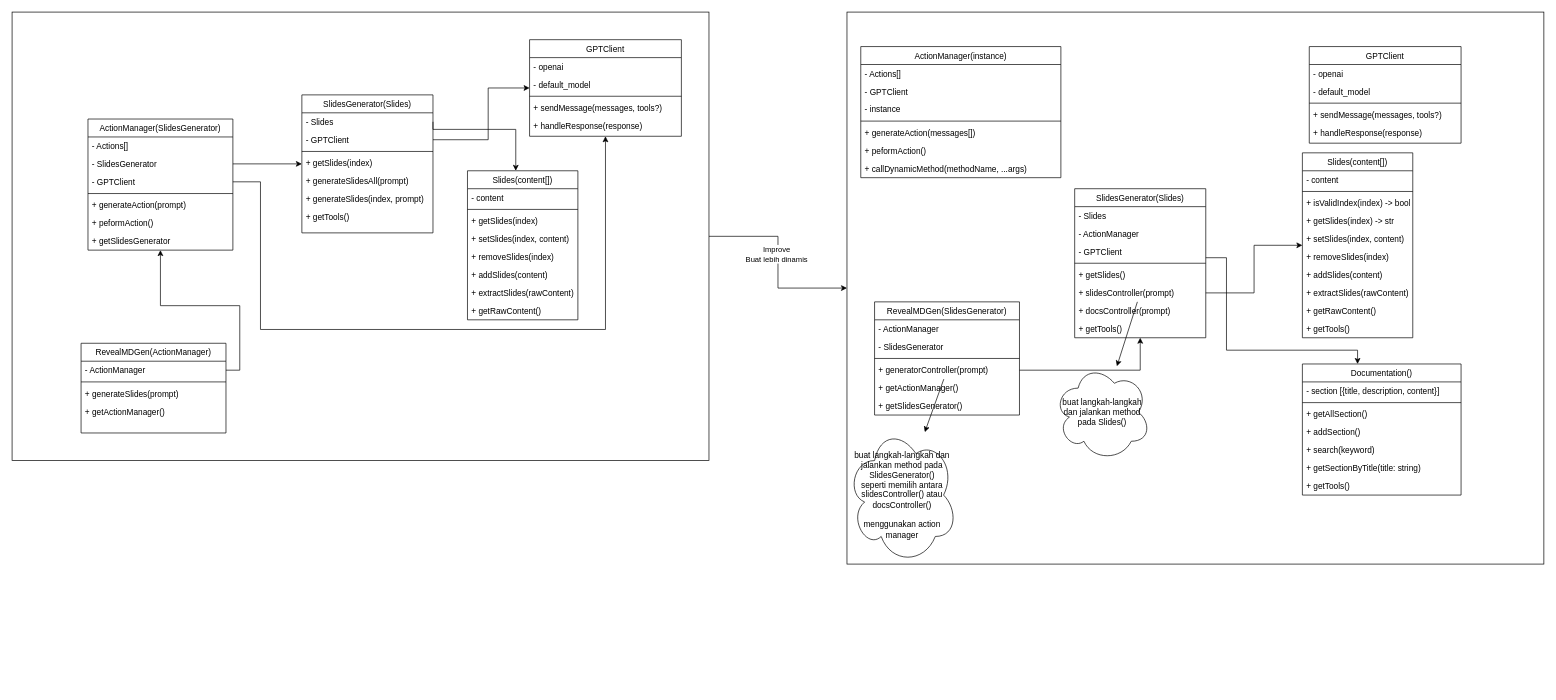
Before: RevealMDGen.drawio in riparuk/RevealJSGen, a draw.io diagram. Source tidied: cells renumbered, new cells numbered last; positions are measured from the earlier drawing's top-left corner, leaving out a move shared by most shapes. Both pictures are drawn from the tidied source at 69%, with x=0, y=0 at pixel (12, 12).
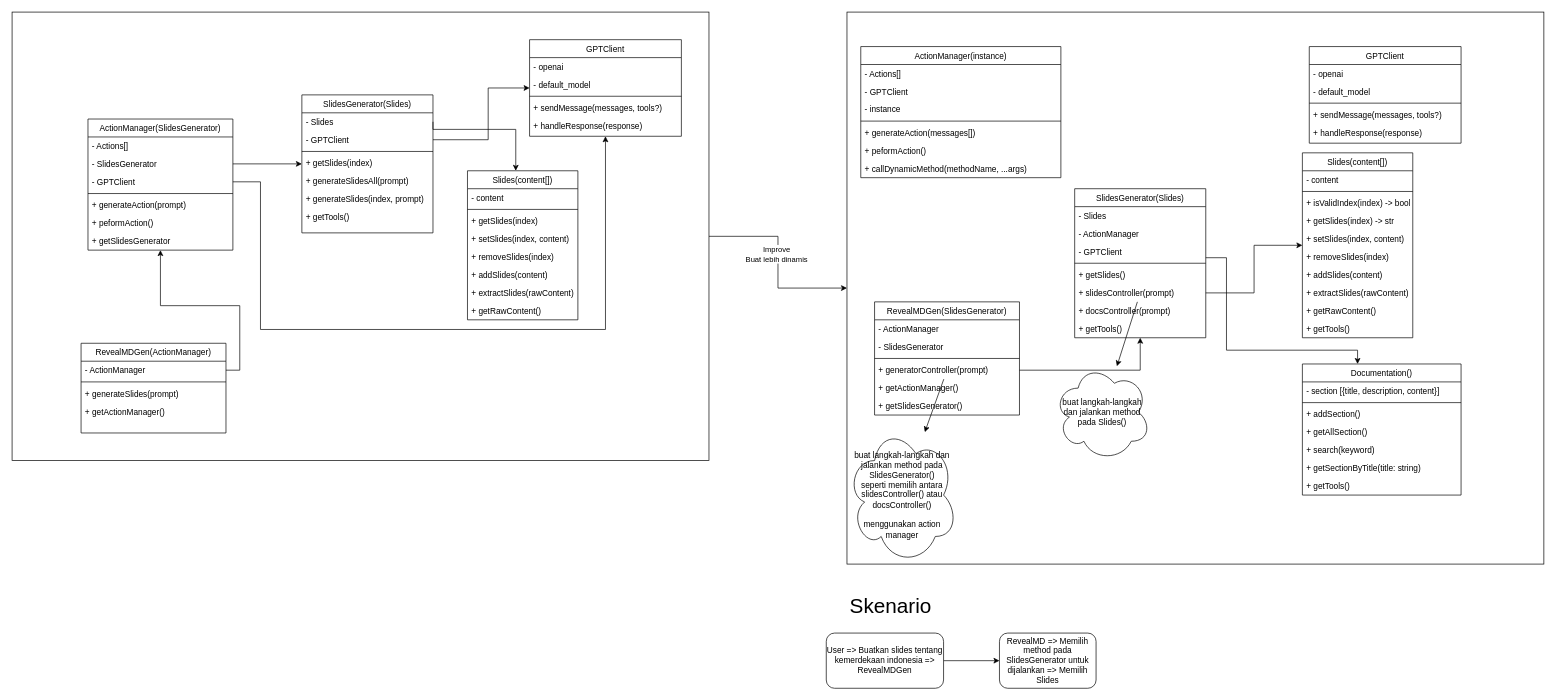
Above is the later version.

The change refers to these unchanged cells:
```xml
<mxCell id="95" value="Documentation()" style="swimlane;fontStyle=0;align=center;verticalAlign=top;horizontal=1;startSize=26;rounded=0;shadow=0;strokeWidth=1;" parent="1" vertex="1">
  <mxGeometry x="1870" y="510" width="230" height="190" as="geometry" />
</mxCell>
```

What changed in the source:
```diff
@@
+    <mxCell id="99" value="+ addSection()" style="text;align=left;verticalAlign=top;spacingLeft=4;spacingRight=4;overflow=hidden;" parent="95" vertex="1">
+      <mxGeometry y="60" width="230" height="26" as="geometry" />
+    </mxCell>
     <mxCell id="98" value="+ getAllSection()" style="text;align=left;verticalAlign=top;spacingLeft=4;spacingRight=4;overflow=hidden;" parent="95" vertex="1">
-      <mxGeometry y="60" width="230" height="26" as="geometry" />
+      <mxGeometry y="86" width="230" height="26" as="geometry" />
     </mxCell>
-    <mxCell id="99" value="+ addSection()" style="text;align=left;verticalAlign=top;spacingLeft=4;spacingRight=4;overflow=hidden;" parent="95" vertex="1">
-      <mxGeometry y="86" width="230" height="26" as="geometry" />
-    </mxCell>
@@
+    <mxCell id="103" style="edgeStyle=orthogonalEdgeStyle;rounded=0;jettySize=auto;html=1;" parent="1" edge="1" source="104" target="106">
+      <mxGeometry relative="1" as="geometry" />
+    </mxCell>
+    <mxCell id="104" value="User =&amp;gt; Buatkan slides tentang kemerdekaan indonesia =&amp;gt; RevealMDGen" style="rounded=1;whiteSpace=wrap;html=1;" parent="1" vertex="1">
+      <mxGeometry x="1180" y="900" width="170" height="80" as="geometry" />
+    </mxCell>
+    <mxCell id="105" value="Skenario" style="text;html=1;align=center;verticalAlign=middle;whiteSpace=wrap;rounded=0;fontSize=30;" parent="1" vertex="1">
+      <mxGeometry x="1210" y="830" width="127" height="60" as="geometry" />
+    </mxCell>
+    <mxCell id="106" value="RevealMD =&amp;gt; Memilih method pada SlidesGenerator untuk dijalankan =&amp;gt; Memilih Slides" style="rounded=1;whiteSpace=wrap;html=1;" parent="1" vertex="1">
+      <mxGeometry x="1431" y="900" width="140" height="80" as="geometry" />
+    </mxCell>
```
